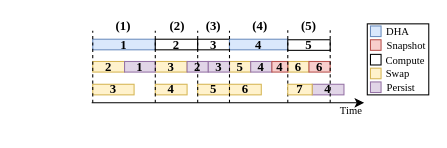
The draw.io diagram fig/pipeline3.drawio in icszhr/NCheck, before the edit. Source tidied: cells renumbered, new cells numbered last; positions are measured from the earlier drawing's top-left corner, leaving out a move shared by most shapes. Both pictures are drawn from the tidied source at 106%, with x=0, y=0 at pixel (91, 19).
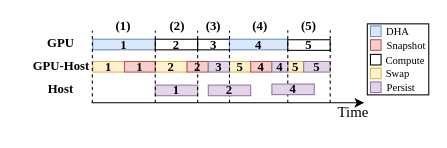
The same diagram, later.

Diff of the diagram source:
```diff
@@
-    <mxCell id="4" value="2" style="whiteSpace=wrap;fillColor=#fff2cc;fontSize=12;fontFamily=Times New Roman;fontStyle=1;strokeColor=#d6b656;spacing=0;" parent="1" vertex="1">
+    <mxCell id="4" value="1" style="whiteSpace=wrap;fillColor=#fff2cc;fontSize=12;fontFamily=Times New Roman;fontStyle=1;strokeColor=#d6b656;spacing=0;" parent="1" vertex="1">
       <mxGeometry x="1" y="39.5" width="30" height="10" as="geometry" />
     </mxCell>
@@
-    <mxCell id="10" value="&lt;p style=&quot;line-height: 100%;&quot;&gt;&lt;font style=&quot;font-size: 10px;&quot;&gt;Time&lt;/font&gt;&lt;/p&gt;" style="text;html=1;align=center;verticalAlign=middle;whiteSpace=wrap;rounded=0;fontFamily=Times New Roman;" parent="1" vertex="1">
-      <mxGeometry x="220" y="80.8" width="50" height="10" as="geometry" />
+    <mxCell id="10" value="&lt;p style=&quot;line-height: 100%;&quot;&gt;&lt;font style=&quot;font-size: 14px;&quot;&gt;Time&lt;/font&gt;&lt;/p&gt;" style="text;html=1;align=center;verticalAlign=middle;whiteSpace=wrap;rounded=0;fontFamily=Times New Roman;" parent="1" vertex="1">
+      <mxGeometry x="222" y="81.8" width="50" height="10" as="geometry" />
     </mxCell>
@@
-    <mxCell id="18" value="3" style="whiteSpace=wrap;fillColor=#fff2cc;fontSize=12;fontFamily=Times New Roman;fontStyle=1;strokeColor=#d6b656;spacing=0;" parent="1" vertex="1">
+    <mxCell id="18" value="2" style="whiteSpace=wrap;fillColor=#fff2cc;fontSize=12;fontFamily=Times New Roman;fontStyle=1;strokeColor=#d6b656;spacing=0;" parent="1" vertex="1">
       <mxGeometry x="60" y="39.5" width="30" height="10" as="geometry" />
     </mxCell>
@@
-    <mxCell id="20" value="2" style="whiteSpace=wrap;fillColor=#e1d5e7;fontSize=12;fontFamily=Times New Roman;fontStyle=1;strokeColor=#9673a6;spacing=0;" parent="1" vertex="1">
+    <mxCell id="20" value="2" style="whiteSpace=wrap;fillColor=#f8cecc;fontSize=12;fontFamily=Times New Roman;fontStyle=1;strokeColor=#b85450;spacing=0;" parent="1" vertex="1">
       <mxGeometry x="90" y="39.5" width="20" height="10" as="geometry" />
     </mxCell>
@@
-    <mxCell id="23" value="4" style="whiteSpace=wrap;fillColor=#e1d5e7;fontSize=12;fontFamily=Times New Roman;fontStyle=1;strokeColor=#9673a6;spacing=0;" parent="1" vertex="1">
+    <mxCell id="23" value="4" style="whiteSpace=wrap;fillColor=#f8cecc;fontSize=12;fontFamily=Times New Roman;fontStyle=1;strokeColor=#b85450;spacing=0;" parent="1" vertex="1">
       <mxGeometry x="150" y="39.5" width="20" height="10" as="geometry" />
     </mxCell>
@@
-    <mxCell id="25" value="6" style="whiteSpace=wrap;fillColor=#fff2cc;fontSize=12;fontFamily=Times New Roman;fontStyle=1;strokeColor=#d6b656;spacing=0;" parent="1" vertex="1">
-      <mxGeometry x="185" y="39.5" width="20" height="10" as="geometry" />
+    <mxCell id="25" value="5" style="whiteSpace=wrap;fillColor=#fff2cc;fontSize=12;fontFamily=Times New Roman;fontStyle=1;strokeColor=#d6b656;spacing=0;" parent="1" vertex="1">
+      <mxGeometry x="185" y="39.5" width="15" height="10" as="geometry" />
     </mxCell>
-    <mxCell id="26" value="1" style="whiteSpace=wrap;fillColor=#e1d5e7;fontSize=12;fontFamily=Times New Roman;fontStyle=1;strokeColor=#9673a6;spacing=0;" parent="1" vertex="1">
+    <mxCell id="26" value="1" style="whiteSpace=wrap;fillColor=#f8cecc;fontSize=12;fontFamily=Times New Roman;fontStyle=1;strokeColor=#b85450;spacing=0;" parent="1" vertex="1">
       <mxGeometry x="31" y="39.5" width="29" height="10" as="geometry" />
     </mxCell>
@@
-    <mxCell id="31" value="4" style="whiteSpace=wrap;fillColor=#f8cecc;fontSize=12;fontFamily=Times New Roman;fontStyle=1;strokeColor=#b85450;spacing=0;" parent="1" vertex="1">
+    <mxCell id="31" value="4" style="whiteSpace=wrap;fillColor=#e1d5e7;fontSize=12;fontFamily=Times New Roman;fontStyle=1;strokeColor=#9673a6;spacing=0;" parent="1" vertex="1">
       <mxGeometry x="170" y="39.5" width="15" height="10" as="geometry" />
     </mxCell>
@@
-    <mxCell id="33" value="3" style="whiteSpace=wrap;fillColor=#fff2cc;fontSize=12;fontFamily=Times New Roman;fontStyle=1;strokeColor=#d6b656;spacing=0;" parent="1" vertex="1">
-      <mxGeometry x="1" y="61" width="39" height="10" as="geometry" />
-    </mxCell>
-    <mxCell id="34" value="4" style="whiteSpace=wrap;fillColor=#fff2cc;fontSize=12;fontFamily=Times New Roman;fontStyle=1;strokeColor=#d6b656;spacing=0;" parent="1" vertex="1">
-      <mxGeometry x="60" y="61" width="30" height="10" as="geometry" />
-    </mxCell>
-    <mxCell id="35" value="5" style="whiteSpace=wrap;fillColor=#fff2cc;fontSize=12;fontFamily=Times New Roman;fontStyle=1;strokeColor=#d6b656;spacing=0;" parent="1" vertex="1">
-      <mxGeometry x="100" y="61" width="30" height="10" as="geometry" />
-    </mxCell>
-    <mxCell id="36" value="6" style="whiteSpace=wrap;fillColor=#fff2cc;fontSize=12;fontFamily=Times New Roman;fontStyle=1;strokeColor=#d6b656;spacing=0;" parent="1" vertex="1">
-      <mxGeometry x="130" y="61" width="30" height="10" as="geometry" />
-    </mxCell>
-    <mxCell id="37" value="4" style="whiteSpace=wrap;fillColor=#e1d5e7;fontSize=12;fontFamily=Times New Roman;fontStyle=1;strokeColor=#9673a6;spacing=0;" parent="1" vertex="1">
-      <mxGeometry x="208" y="61" width="30" height="10" as="geometry" />
+    <mxCell id="37" value="1" style="whiteSpace=wrap;fillColor=#e1d5e7;fontSize=12;fontFamily=Times New Roman;fontStyle=1;strokeColor=#9673a6;spacing=0;" parent="1" vertex="1">
+      <mxGeometry x="60" y="61.8" width="40" height="10" as="geometry" />
     </mxCell>
-    <mxCell id="38" value="6" style="whiteSpace=wrap;fillColor=#f8cecc;fontSize=12;fontFamily=Times New Roman;fontStyle=1;strokeColor=#b85450;spacing=0;" parent="1" vertex="1">
-      <mxGeometry x="205" y="39.5" width="20" height="10" as="geometry" />
+    <mxCell id="38" value="5" style="whiteSpace=wrap;fillColor=#e1d5e7;fontSize=12;fontFamily=Times New Roman;fontStyle=1;strokeColor=#9673a6;spacing=0;" parent="1" vertex="1">
+      <mxGeometry x="200" y="39.5" width="25" height="10" as="geometry" />
     </mxCell>
@@
-    <mxCell id="40" style="endArrow=none;html=1;rounded=0;dashed=1;" parent="1" edge="1">
+    <mxCell id="40" style="endArrow=none;html=1;rounded=0;dashed=1;fontSize=12;" parent="1" edge="1">
       <mxGeometry relative="1" as="geometry">
-        <mxPoint x="1" y="78.5" as="sourcePoint" />
-        <mxPoint x="1" y="10.5" as="targetPoint" />
+        <mxPoint x="0.6" y="78.5" as="sourcePoint" />
+        <mxPoint x="0.6" y="10.5" as="targetPoint" />
       </mxGeometry>
     </mxCell>
@@
-    <mxCell id="46" value="7" style="whiteSpace=wrap;fillColor=#fff2cc;fontSize=12;fontFamily=Times New Roman;fontStyle=1;strokeColor=#d6b656;spacing=0;" parent="1" vertex="1">
-      <mxGeometry x="185" y="61" width="23" height="10" as="geometry" />
-    </mxCell>
+    <mxCell id="47" value="&lt;span style=&quot;font-size: 12px;&quot;&gt;&lt;b style=&quot;font-size: 12px;&quot;&gt;GPU&lt;/b&gt;&lt;/span&gt;" style="text;html=1;align=center;verticalAlign=middle;whiteSpace=wrap;rounded=0;fontFamily=Times New Roman;fontSize=12;" parent="1" vertex="1">
+      <mxGeometry x="-59" y="13" width="60" height="18.5" as="geometry" />
+    </mxCell>
+    <mxCell id="48" value="&lt;span style=&quot;font-size: 12px;&quot;&gt;&lt;b style=&quot;font-size: 12px;&quot;&gt;GPU-Host&lt;/b&gt;&lt;/span&gt;" style="text;html=1;align=center;verticalAlign=middle;whiteSpace=wrap;rounded=0;fontFamily=Times New Roman;fontSize=12;" parent="1" vertex="1">
+      <mxGeometry x="-69.5" y="35.2" width="81" height="18.5" as="geometry" />
+    </mxCell>
+    <mxCell id="49" value="&lt;span style=&quot;font-size: 12px;&quot;&gt;&lt;b style=&quot;font-size: 12px;&quot;&gt;Host&lt;/b&gt;&lt;/span&gt;" style="text;html=1;align=center;verticalAlign=middle;whiteSpace=wrap;rounded=0;fontFamily=Times New Roman;fontSize=12;" parent="1" vertex="1">
+      <mxGeometry x="-59" y="56.5" width="60" height="18.5" as="geometry" />
+    </mxCell>
+    <mxCell id="50" value="2" style="whiteSpace=wrap;fillColor=#e1d5e7;fontSize=12;fontFamily=Times New Roman;fontStyle=1;strokeColor=#9673a6;spacing=0;" parent="1" vertex="1">
+      <mxGeometry x="110" y="61.8" width="40" height="10" as="geometry" />
+    </mxCell>
+    <mxCell id="34" value="4" style="whiteSpace=wrap;fillColor=#e1d5e7;fontSize=12;fontFamily=Times New Roman;fontStyle=1;strokeColor=#9673a6;spacing=0;" parent="1" vertex="1">
+      <mxGeometry x="170" y="60.8" width="40" height="10" as="geometry" />
+    </mxCell>
```
